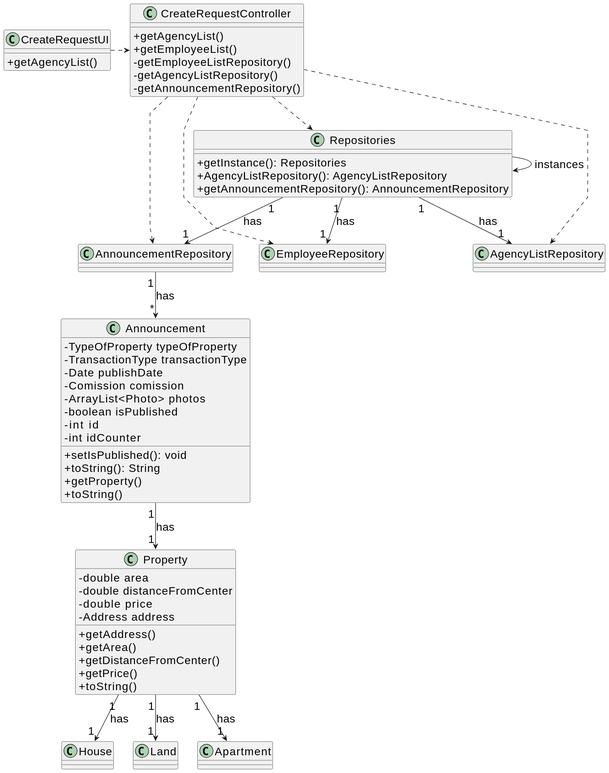
This is docs/sprintB/us004/03.design/svg/us004-class-diagram.svg from Goncalves2525/real-estate-management-system, a PlantUML export, as it was before one commit.
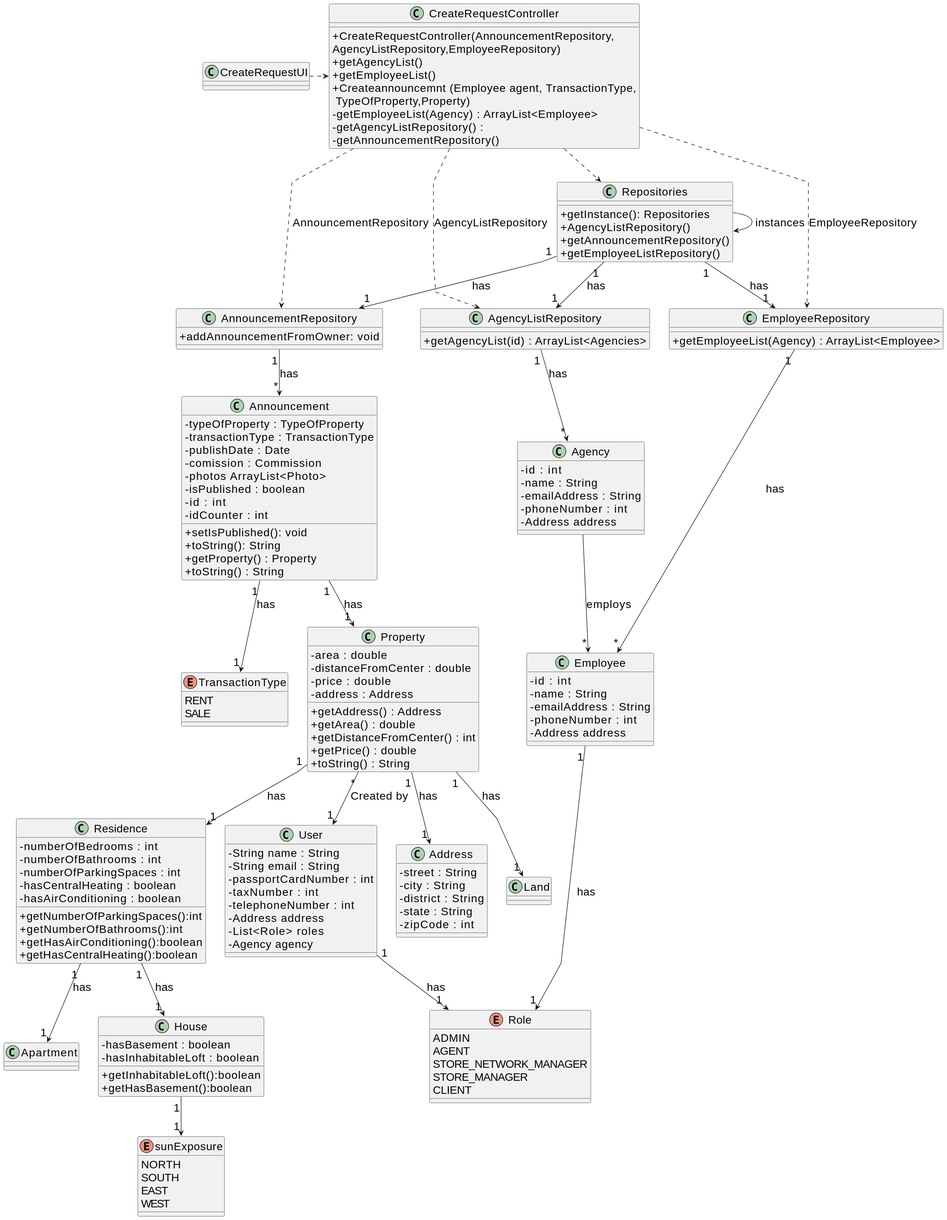
Above is the later version.

Change to the diagram source:
```diff
@@ -20,15 +20,23 @@
 +toString(): String
 }
 
+enum TransactionType {
+    RENT
+    SALE
+}
+
 class AnnouncementRepository {
++addAnnouncementFromOwner: void
 
 }
 
 class AgencyListRepository{
++getAgencyList(id) : ArrayList<Agencies>
 
 }
 
 class EmployeeRepository{
++getEmployeeList(Agency) : ArrayList<Employee>
 }
 
 
@@ -36,18 +44,21 @@
 
 class Repositories {
 +getInstance(): Repositories
-+AgencyListRepository(): AgencyListRepository
-+getAnnouncementRepository(): AnnouncementRepository
++AgencyListRepository()
++getAnnouncementRepository()
++getEmployeeListRepository()
 }
 
 
 
 
 class CreateRequestController {
++CreateRequestController(AnnouncementRepository,\nAgencyListRepository,EmployeeRepository)
 +getAgencyList()
 +getEmployeeList()
--getEmployeeListRepository()
--getAgencyListRepository()
++Createannouncemnt (Employee agent, TransactionType,\n TypeOfProperty,Property)
+-getEmployeeList(Agency) : ArrayList<Employee>
+-getAgencyListRepository() :
 -getAnnouncementRepository()
 }
 
@@ -55,62 +66,138 @@
 
 
 class CreateRequestUI {
-+getAgencyList()
+}
+
+class Property{
+      - area : double
+      - distanceFromCenter : double
+      - price : double
+      - address : Address
+      + getAddress() : Address
+      + getArea() : double
+      + getDistanceFromCenter() : int
+      + getPrice() : double
+      + toString() : String
+}
+class Announcement {
+   - typeOfProperty : TypeOfProperty
+   - transactionType : TransactionType
+   - publishDate : Date
+   - comission : Commission
+   - photos ArrayList<Photo>
+   - isPublished : boolean
+   - id : int
+   - idCounter : int
+   + getProperty() : Property
+   + toString() : String
+}
+
+class Residence {
+- numberOfBedrooms : int
+- numberOfBathrooms : int
+- numberOfParkingSpaces : int
+- hasCentralHeating : boolean
+- hasAirConditioning : boolean
++getNumberOfParkingSpaces():int
++getNumberOfBathrooms():int
++getHasAirConditioning():boolean
++getHasCentralHeating():boolean
 
 }
 
-class Property{
-    - double area
-    - double distanceFromCenter
-    - double price
-    - Address address
-    + getAddress()
-    + getArea()
-    + getDistanceFromCenter()
-    + getPrice()
-    + toString()
-}
-class Announcement {
-    - TypeOfProperty typeOfProperty
-    - TransactionType transactionType
-    - Date publishDate
-    - Comission comission
-    - ArrayList<Photo> photos
-    - boolean isPublished
-    - int id
-    - int idCounter
-    + getProperty()
-    + toString()
-}
-class House {
+enum sunExposure{
+NORTH
+SOUTH
+EAST
+WEST
 }
 class Land {
 }
 class Apartment {
+}
+class House {
+- hasBasement : boolean
+- hasInhabitableLoft : boolean
++getInhabitableLoft():boolean
++getHasBasement():boolean
+}
 
+class Agency{
+- id : int
+- name : String
+- emailAddress : String
+- phoneNumber : int
+- Address address
+}
+
+class Employee{
+- id : int
+- name : String
+- emailAddress : String
+- phoneNumber : int
+- Address address
+}
+
+enum Role{
+ADMIN
+AGENT
+STORE_NETWORK_MANAGER
+STORE_MANAGER
+CLIENT
+}
+
+class User{
+-String name : String
+-String email : String
+-passportCardNumber : int
+-taxNumber : int
+-telephoneNumber : int
+-Address address
+-List<Role> roles
+-Agency agency
+}
+
+class Address{
+-street : String
+-city : String
+-district : String
+-state : String
+-zipCode : int
 }
 
 
 
-Repositories -> Repositories : instances
-
 CreateRequestUI .> CreateRequestController
 
 CreateRequestController ..> Repositories
-
+Repositories --> Repositories : instances
 Repositories "1" --> "1" AgencyListRepository : has
 Repositories "1" --> "1" AnnouncementRepository : has
 Repositories "1" --> "1" EmployeeRepository : has
 
-CreateRequestController ..> AnnouncementRepository
-CreateRequestController ..> AgencyListRepository
-CreateRequestController ..> EmployeeRepository
+CreateRequestController ..> AnnouncementRepository : AnnouncementRepository
+CreateRequestController ..> AgencyListRepository : AgencyListRepository
+CreateRequestController ..> EmployeeRepository : EmployeeRepository
 
 AnnouncementRepository "1" --> "*" Announcement : has
 
 Announcement "1" --> "1" Property : has
+Announcement "1" --> "1" TransactionType : has
 
-Property "1" --> "1" House : has
+Property "1" --> "1" Residence : has
 Property "1" --> "1" Land : has
-Property "1" --> "1" Apartment : has
+Property "1" --> "1" Address : has
+Residence  "1" --> "1" Apartment : has
+Residence  "1" --> "1" House : has
+House "1" --> "1" sunExposure
+
+AgencyListRepository "1" --> "*" Agency : has
+
+EmployeeRepository "1" --> "*" Employee : has
+Employee "1" --> "1" Role : has
+User "1" --> "1" Role : has
+
+Agency --> "*" Employee : employs
+
+Property "*" --> "1" User : Created by
 @enduml
```
